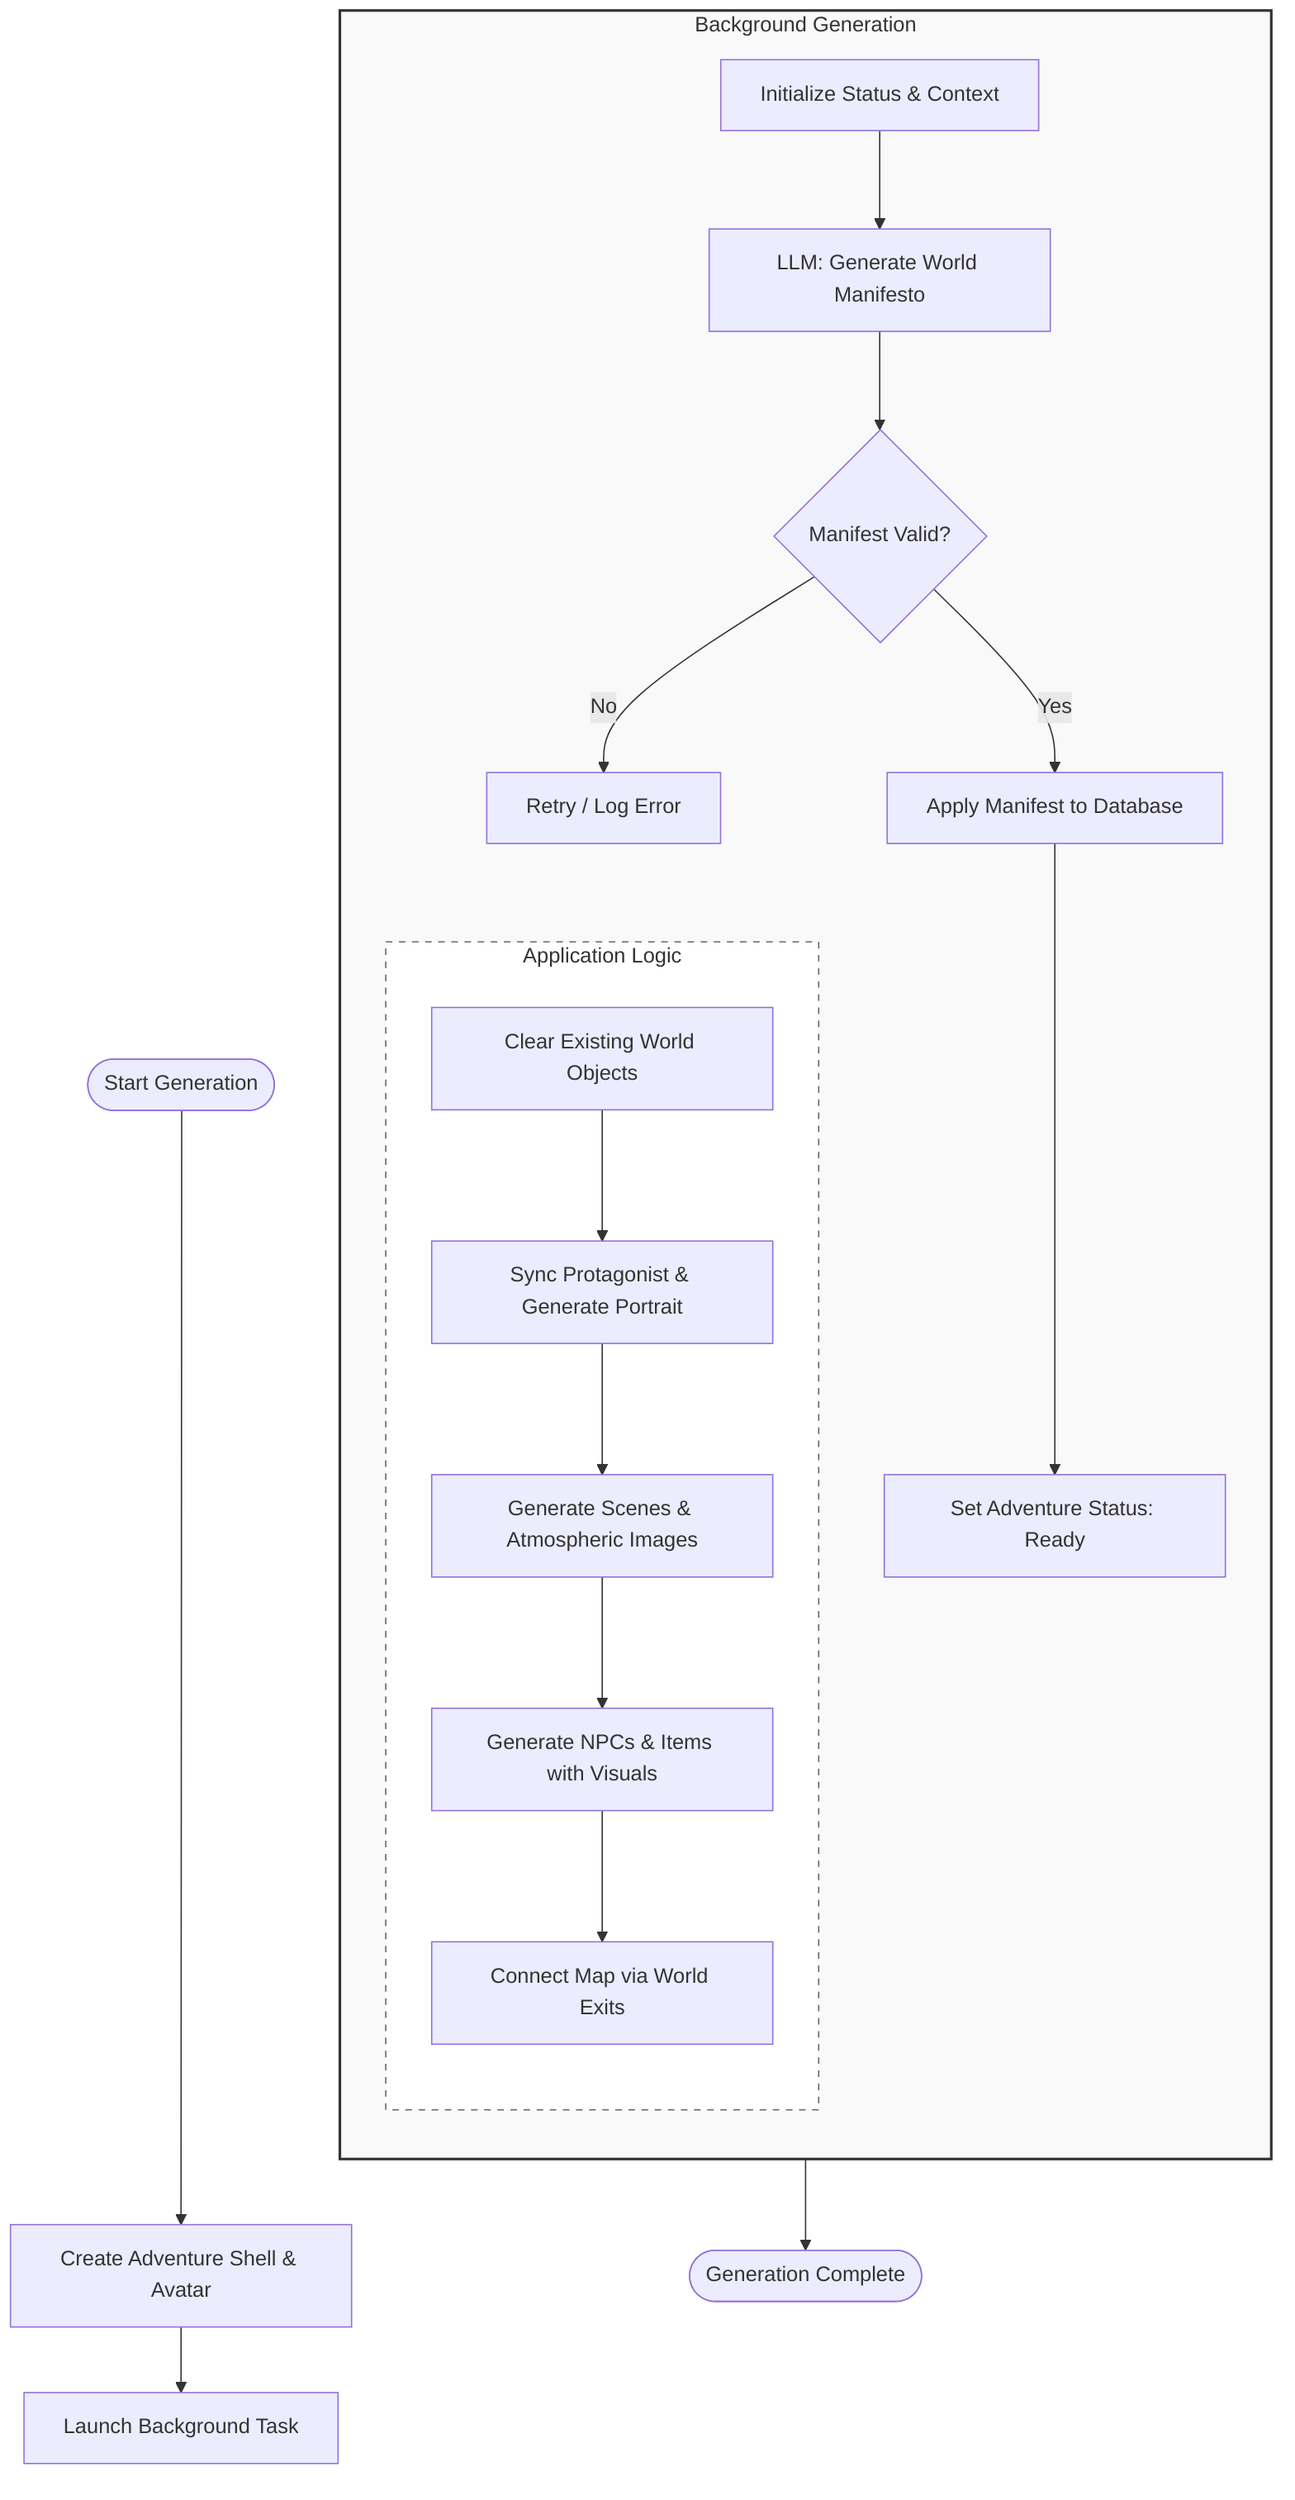
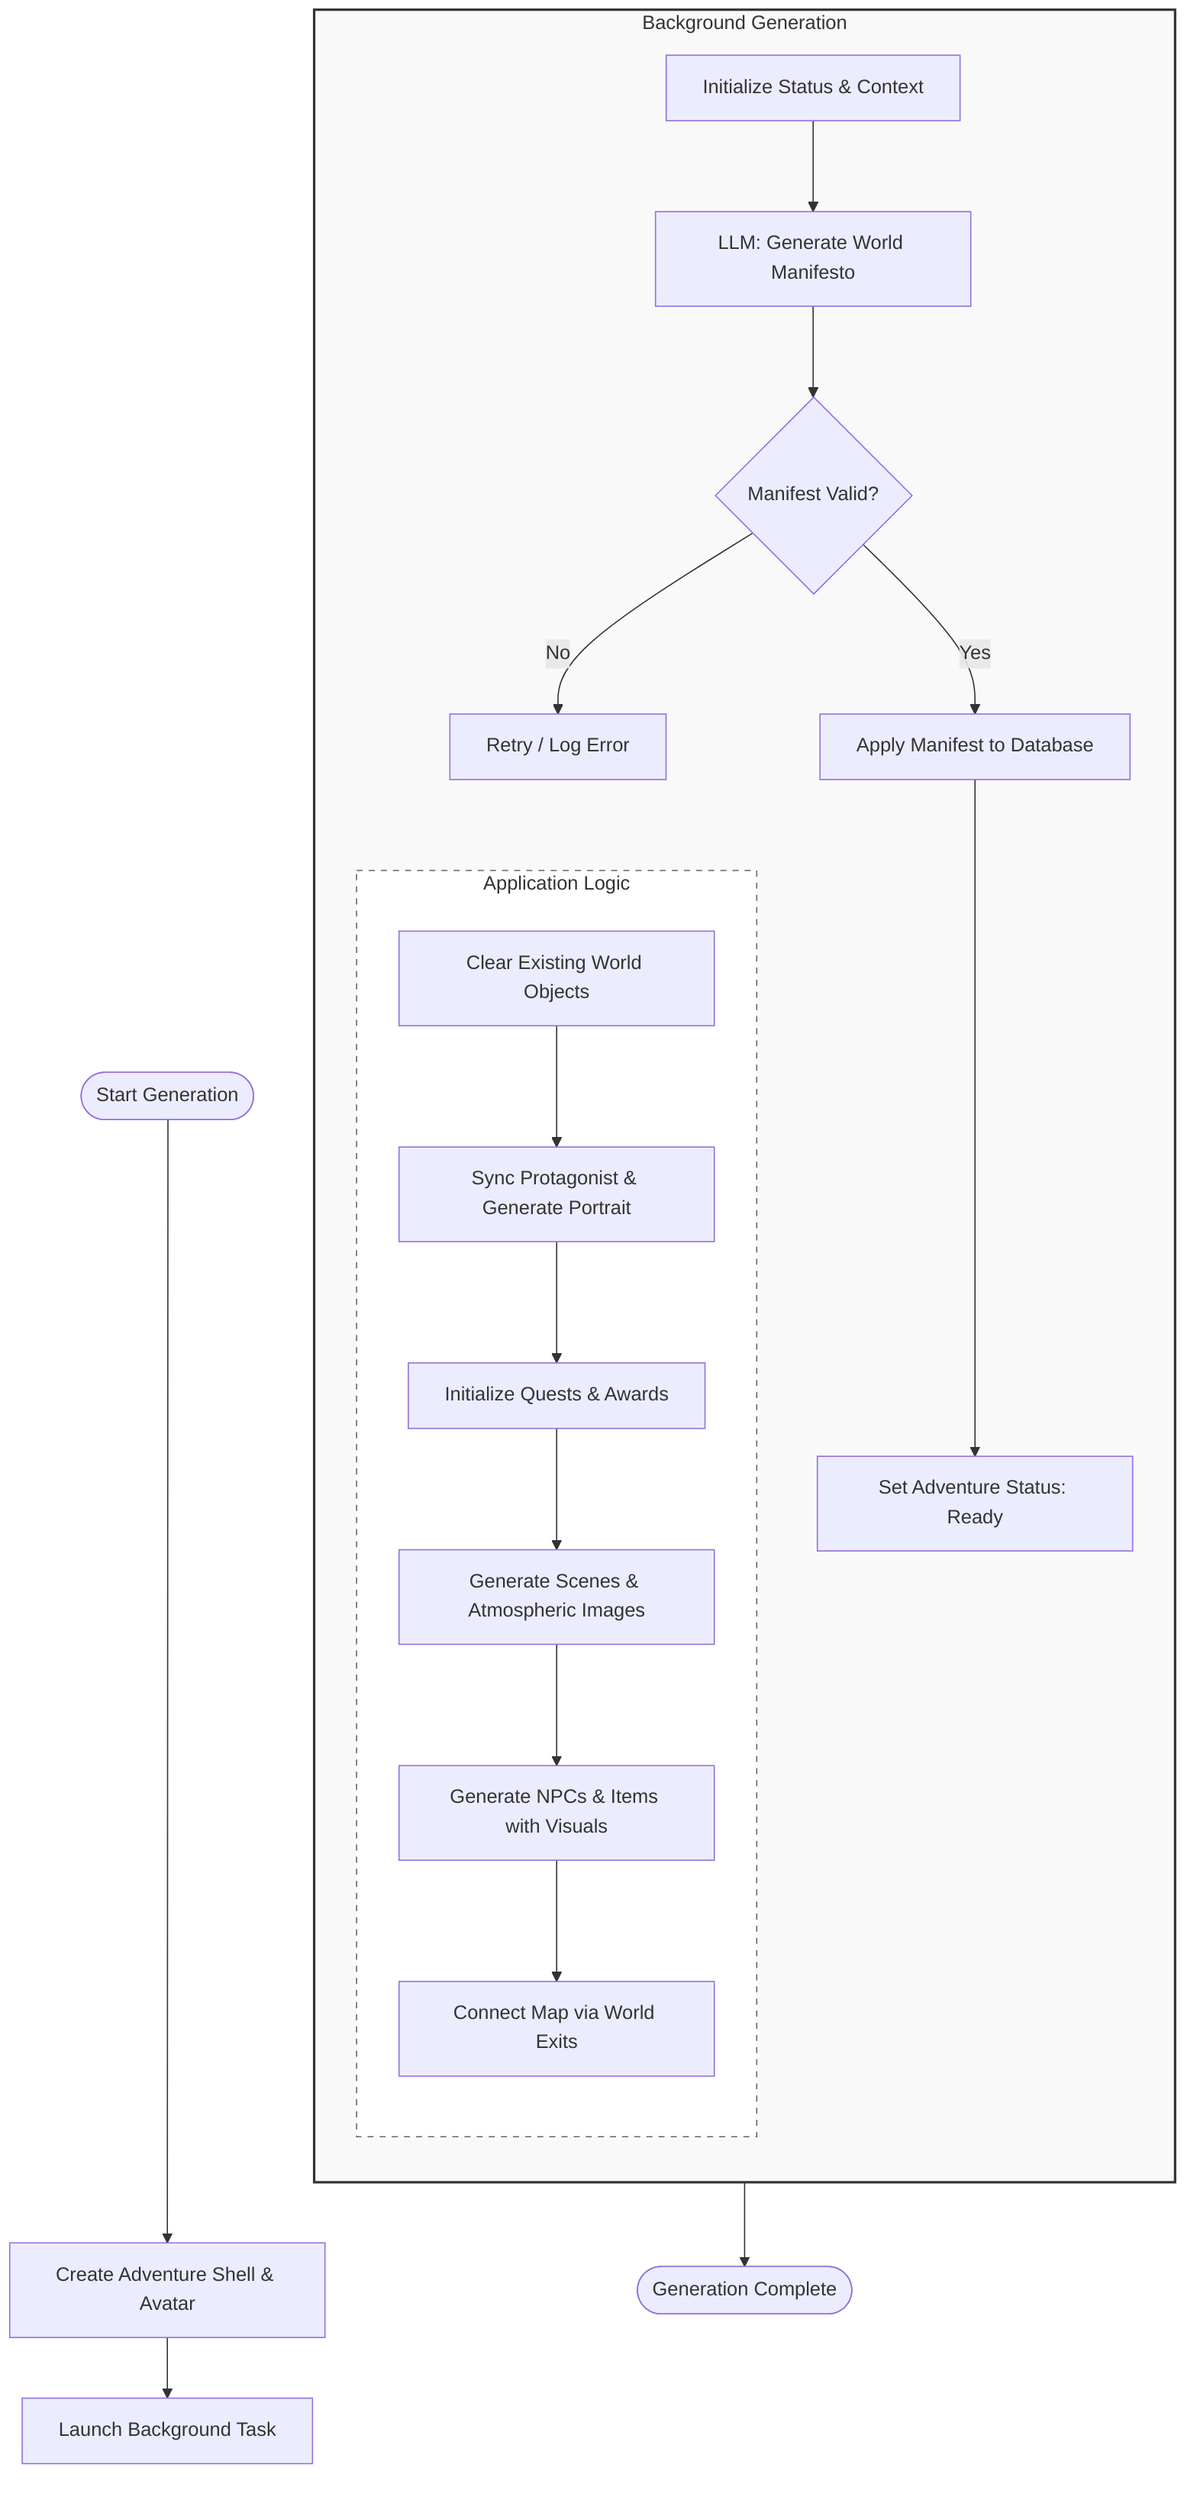
flowchart TD
    Start([Start Generation]) --> CreateShell[Create Adventure Shell & Avatar]
    CreateShell --> StartBG[Launch Background Task]

    subgraph BackgroundTask [Background Generation]
        direction TB
        Init[Initialize Status & Context] --> CallLLM[LLM: Generate World Manifesto]
        CallLLM --> ValidateManifest{Manifest Valid?}
        ValidateManifest -- No --> Retry[Retry / Log Error]
        ValidateManifest -- Yes --> ApplyManifest[Apply Manifest to Database]

        subgraph ApplyLogic [Application Logic]
            direction TB
            ClearDB[Clear Existing World Objects] --> Protagonist[Sync Protagonist & Generate Portrait]
-             Protagonist --> Scenes[Generate Scenes & Atmospheric Images]
+             Protagonist --> Quests[Initialize Quests & Awards]
+             Quests --> Scenes[Generate Scenes & Atmospheric Images]
            Scenes --> Entities[Generate NPCs & Items with Visuals]
            Entities --> Exits[Connect Map via World Exits]
        end

        ApplyManifest --> Finalize[Set Adventure Status: Ready]
    end

    Finalize --> End([Generation Complete])

    style BackgroundTask fill:#f9f9f9,stroke:#333,stroke-width:2px
    style ApplyLogic fill:#fff,stroke:#666,stroke-dasharray: 5 5
